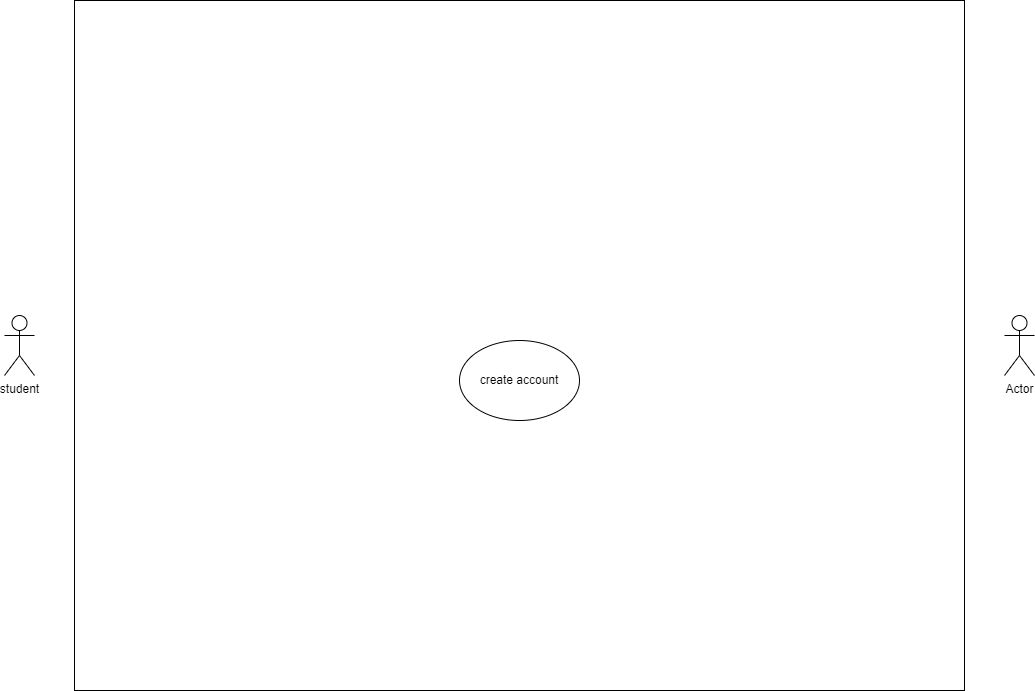
Earlier version of the draw.io export use case.drawio.png (aerobi93/educ). Source tidied: cells renumbered, new cells last; positions are measured from the earlier drawing's top-left corner, leaving out a move shared by most shapes.
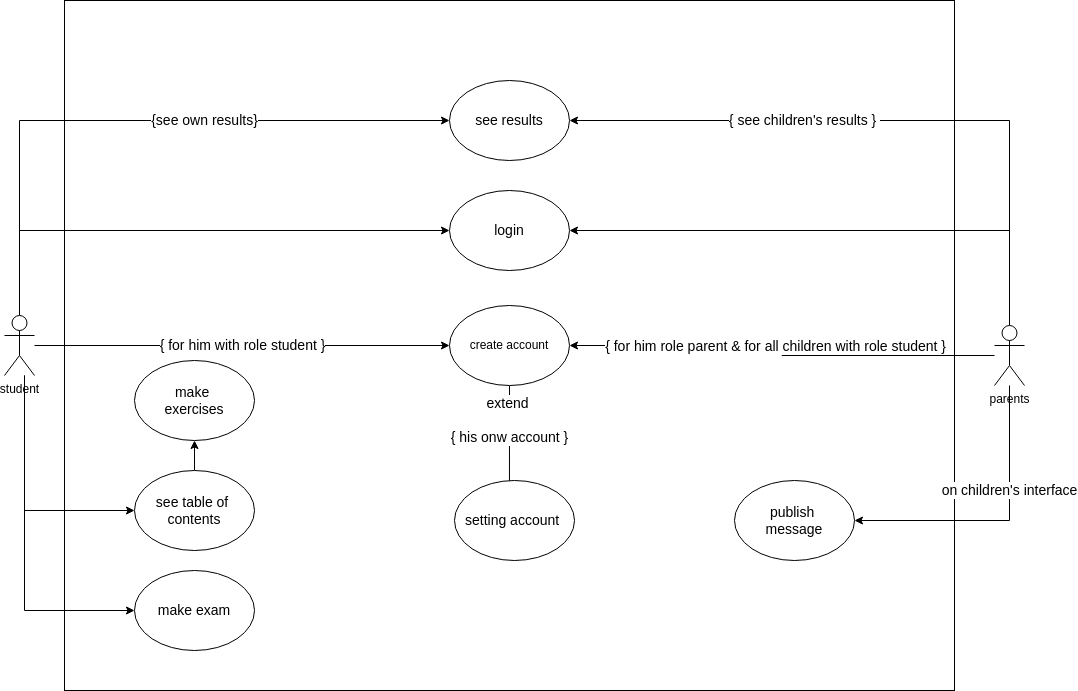
Later version of the same file.

What changed in the source:
```diff
@@ -5,14 +5,99 @@
     <mxCell id="2" style="rounded=0;whiteSpace=wrap;html=1;" parent="1" vertex="1">
       <mxGeometry x="70" width="890" height="690" as="geometry" />
     </mxCell>
+    <mxCell id="6" value="&lt;font style=&quot;font-size: 14px&quot;&gt;{ for him with role student }&lt;/font&gt;" style="edgeStyle=orthogonalEdgeStyle;rounded=0;jettySize=auto;html=1;" parent="1" edge="1" source="3" target="5">
+      <mxGeometry relative="1" as="geometry" />
+    </mxCell>
+    <mxCell id="7" style="edgeStyle=orthogonalEdgeStyle;rounded=0;jettySize=auto;html=1;fontSize=14;" parent="1" edge="1" source="3" target="17">
+      <mxGeometry relative="1" as="geometry">
+        <Array as="points">
+          <mxPoint x="25" y="230" />
+        </Array>
+      </mxGeometry>
+    </mxCell>
+    <mxCell id="8" value="{see own results}" style="edgeStyle=orthogonalEdgeStyle;rounded=0;jettySize=auto;html=1;fontSize=14;" parent="1" edge="1" source="3" target="18">
+      <mxGeometry x="0.22" relative="1" as="geometry">
+        <Array as="points">
+          <mxPoint x="25" y="120" />
+        </Array>
+      </mxGeometry>
+    </mxCell>
+    <mxCell id="9" style="edgeStyle=orthogonalEdgeStyle;rounded=0;jettySize=auto;html=1;fontSize=14;" parent="1" edge="1" source="3" target="20">
+      <mxGeometry relative="1" as="geometry">
+        <Array as="points">
+          <mxPoint x="30" y="510" />
+        </Array>
+      </mxGeometry>
+    </mxCell>
+    <mxCell id="10" style="edgeStyle=orthogonalEdgeStyle;rounded=0;jettySize=auto;html=1;fontSize=14;" parent="1" edge="1" source="3" target="22">
+      <mxGeometry relative="1" as="geometry">
+        <Array as="points">
+          <mxPoint x="30" y="610" />
+        </Array>
+      </mxGeometry>
+    </mxCell>
     <mxCell id="3" value="student" style="shape=umlActor;verticalLabelPosition=bottom;verticalAlign=top;html=1;outlineConnect=0;" parent="1" vertex="1">
-      <mxGeometry y="315" width="30" height="60" as="geometry" />
+      <mxGeometry x="10" y="315" width="30" height="60" as="geometry" />
     </mxCell>
+    <mxCell id="11" style="edgeStyle=orthogonalEdgeStyle;rounded=0;jettySize=auto;html=1;fontSize=14;" parent="1" edge="1" source="4" target="5">
+      <mxGeometry relative="1" as="geometry" />
+    </mxCell>
+    <mxCell id="12" value="{ for him role parent &amp;amp; for all children with role student }&amp;nbsp;" style="edgeLabel;html=1;align=center;verticalAlign=middle;fontSize=14;" parent="11" vertex="1">
+      <mxGeometry x="0.05" relative="1" as="geometry" />
+    </mxCell>
+    <mxCell id="13" style="edgeStyle=orthogonalEdgeStyle;rounded=0;jettySize=auto;html=1;fontSize=14;" parent="1" edge="1" source="4" target="17">
+      <mxGeometry relative="1" as="geometry">
+        <Array as="points">
+          <mxPoint x="1015" y="230" />
+        </Array>
+      </mxGeometry>
+    </mxCell>
+    <mxCell id="14" value="{ see children's results }&amp;nbsp;" style="edgeStyle=orthogonalEdgeStyle;rounded=0;jettySize=auto;html=1;fontSize=14;" parent="1" edge="1" source="4" target="18">
+      <mxGeometry x="0.27" relative="1" as="geometry">
+        <Array as="points">
+          <mxPoint x="1015" y="120" />
+        </Array>
+      </mxGeometry>
+    </mxCell>
+    <mxCell id="15" value="on children's interface" style="edgeStyle=orthogonalEdgeStyle;rounded=0;jettySize=auto;html=1;entryX=1;entryY=0.5;entryDx=0;entryDy=0;fontSize=14;" parent="1" edge="1" source="4" target="24">
+      <mxGeometry x="-0.28" relative="1" as="geometry">
+        <Array as="points">
+          <mxPoint x="1015" y="520" />
+        </Array>
+      </mxGeometry>
+    </mxCell>
-    <mxCell id="4" value="Actor" style="shape=umlActor;verticalLabelPosition=bottom;verticalAlign=top;html=1;outlineConnect=0;" parent="1" vertex="1">
-      <mxGeometry x="1000" y="315" width="30" height="60" as="geometry" />
+    <mxCell id="4" value="parents" style="shape=umlActor;verticalLabelPosition=bottom;verticalAlign=top;html=1;outlineConnect=0;" parent="1" vertex="1">
+      <mxGeometry x="1000" y="325" width="30" height="60" as="geometry" />
     </mxCell>
+    <mxCell id="16" value="extend&amp;nbsp;&lt;br&gt;&lt;br&gt;{ his onw account }" style="edgeStyle=orthogonalEdgeStyle;rounded=0;jettySize=auto;html=1;entryX=0.458;entryY=0.125;entryDx=0;entryDy=0;entryPerimeter=0;fontSize=14;" parent="1" edge="1" source="5" target="23">
+      <mxGeometry x="-0.33" relative="1" as="geometry" />
+    </mxCell>
     <mxCell id="5" value="create account" style="ellipse;whiteSpace=wrap;html=1;" parent="1" vertex="1">
-      <mxGeometry x="455" y="340" width="120" height="80" as="geometry" />
+      <mxGeometry x="455" y="305" width="120" height="80" as="geometry" />
     </mxCell>
+    <mxCell id="17" value="login" style="ellipse;whiteSpace=wrap;html=1;fontSize=14;" parent="1" vertex="1">
+      <mxGeometry x="455" y="190" width="120" height="80" as="geometry" />
+    </mxCell>
+    <mxCell id="18" value="see results" style="ellipse;whiteSpace=wrap;html=1;fontSize=14;" parent="1" vertex="1">
+      <mxGeometry x="455" y="80" width="120" height="80" as="geometry" />
+    </mxCell>
+    <mxCell id="19" style="edgeStyle=orthogonalEdgeStyle;rounded=0;jettySize=auto;html=1;fontSize=14;" parent="1" edge="1" source="20" target="21">
+      <mxGeometry relative="1" as="geometry" />
+    </mxCell>
+    <mxCell id="20" value="see table of&amp;nbsp;&lt;br&gt;contents" style="ellipse;whiteSpace=wrap;html=1;fontSize=14;" parent="1" vertex="1">
+      <mxGeometry x="140" y="470" width="120" height="80" as="geometry" />
+    </mxCell>
+    <mxCell id="21" value="make&amp;nbsp;&lt;br&gt;exercises" style="ellipse;whiteSpace=wrap;html=1;fontSize=14;" parent="1" vertex="1">
+      <mxGeometry x="140" y="360" width="120" height="80" as="geometry" />
+    </mxCell>
+    <mxCell id="22" value="make exam" style="ellipse;whiteSpace=wrap;html=1;fontSize=14;" parent="1" vertex="1">
+      <mxGeometry x="140" y="570" width="120" height="80" as="geometry" />
+    </mxCell>
+    <mxCell id="23" value="setting account&amp;nbsp;" style="ellipse;whiteSpace=wrap;html=1;fontSize=14;" parent="1" vertex="1">
+      <mxGeometry x="460" y="480" width="120" height="80" as="geometry" />
+    </mxCell>
+    <mxCell id="24" value="publish&amp;nbsp;&lt;br&gt;message" style="ellipse;whiteSpace=wrap;html=1;fontSize=14;" parent="1" vertex="1">
+      <mxGeometry x="740" y="480" width="120" height="80" as="geometry" />
+    </mxCell>
   </root>
 </mxGraphModel>
```
